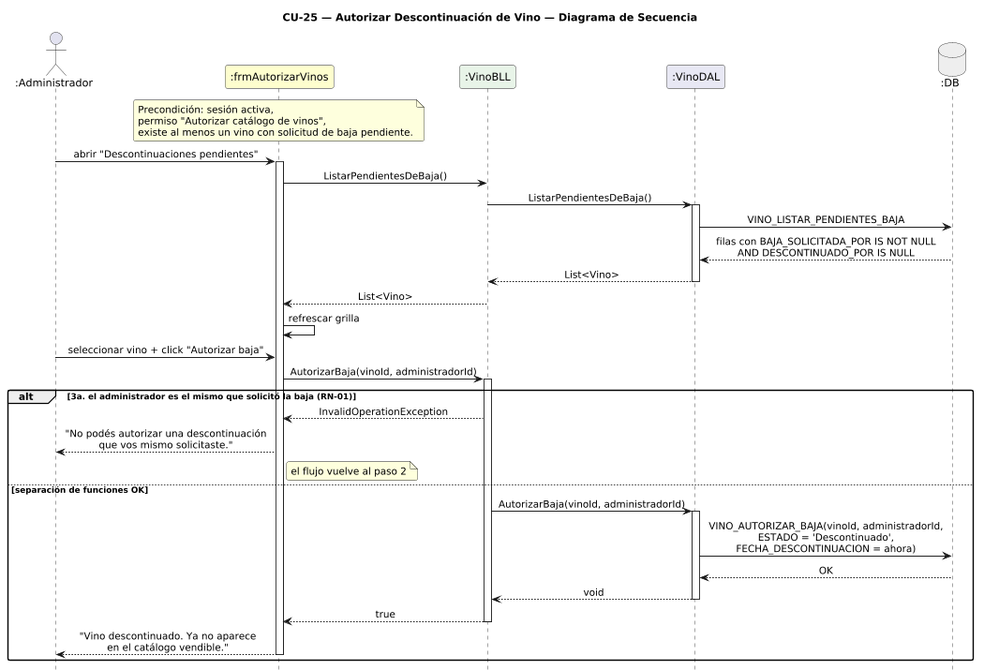
The PlantUML diagram DIAGRAMAS/DiagramaSecuencia_CU25_AutorizarDescontinuacion.png in Jesifu/club-de-vinos-td, before a commit.
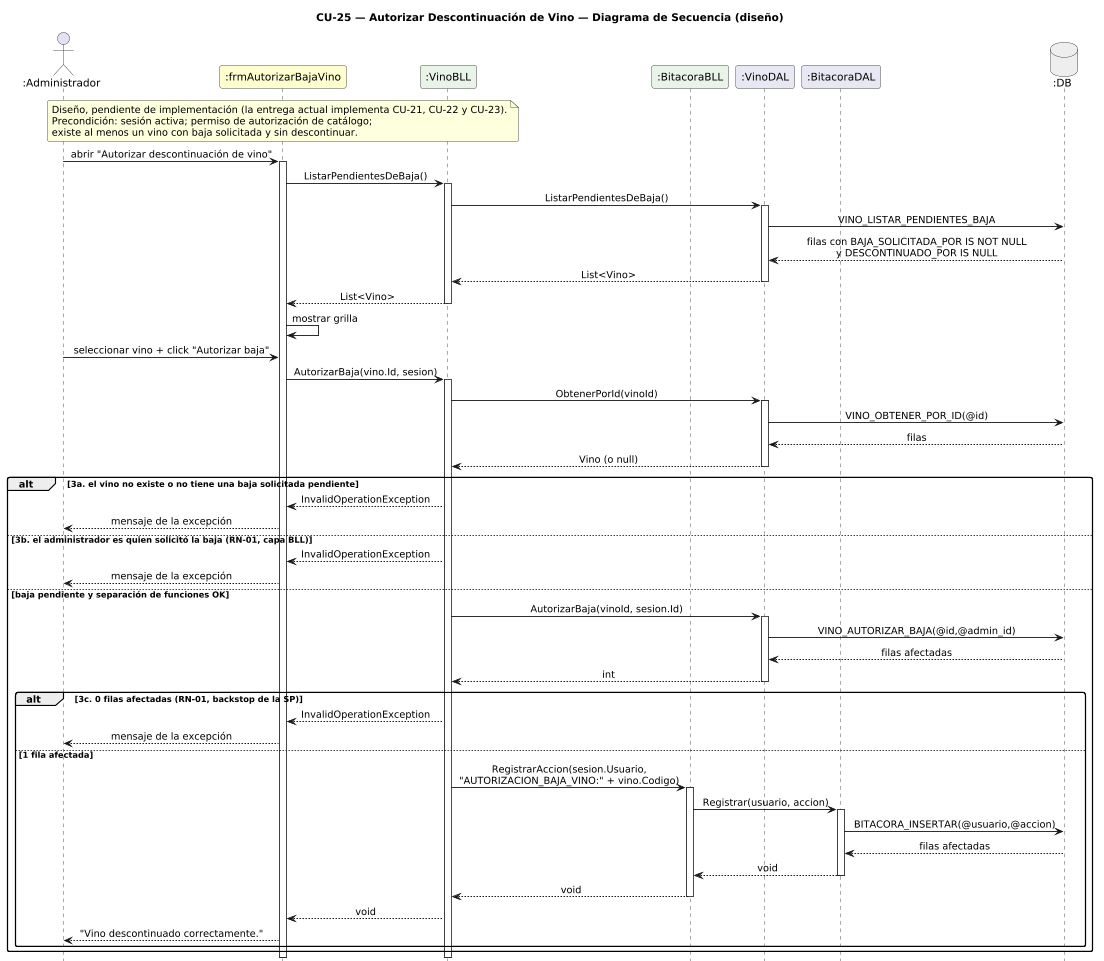
After the commit.

Diff of the diagram source:
```diff
@@ -1,57 +1,85 @@
 @startuml DiagramaSecuencia_CU25_AutorizarDescontinuacion
 
-title CU-25 — Autorizar Descontinuación de Vino — Diagrama de Secuencia
+title CU-25 — Autorizar Descontinuación de Vino — Diagrama de Secuencia (diseño)
 
 skinparam shadowing false
 skinparam roundcorner 6
 skinparam sequenceArrowThickness 1.2
 skinparam sequenceMessageAlign center
 hide footbox
-scale 0.8
+scale 0.75
 
-actor       ":Administrador"        as A
-participant ":frmAutorizarVinos"    as FA #FEFECE
-participant ":VinoBLL"              as VB #E8F4E8
-participant ":VinoDAL"              as VD #E8E8F4
-database    ":DB"                   as DB #EEEEEE
+actor       ":Administrador"           as A
+participant ":frmAutorizarBajaVino"    as FA #FEFECE
+participant ":VinoBLL"                 as VB #E8F4E8
+participant ":BitacoraBLL"             as BB #E8F4E8
+participant ":VinoDAL"                 as VD #E8E8F4
+participant ":BitacoraDAL"             as TD #E8E8F4
+database    ":DB"                      as DB #EEEEEE
 
 note over FA
-  Precondición: sesión activa,
-  permiso "Autorizar catálogo de vinos",
-  existe al menos un vino con solicitud de baja pendiente.
+  Diseño, pendiente de implementación (la entrega actual implementa CU-21, CU-22 y CU-23).
+  Precondición: sesión activa; permiso de autorización de catálogo;
+  existe al menos un vino con baja solicitada y sin descontinuar.
 end note
 
-A -> FA : abrir "Descontinuaciones pendientes"
+A -> FA : abrir "Autorizar descontinuación de vino"
 activate FA
 FA -> VB : ListarPendientesDeBaja()
+activate VB
 VB -> VD : ListarPendientesDeBaja()
 activate VD
 VD -> DB : VINO_LISTAR_PENDIENTES_BAJA
-DB --> VD : filas con BAJA_SOLICITADA_POR IS NOT NULL\nAND DESCONTINUADO_POR IS NULL
+DB --> VD : filas con BAJA_SOLICITADA_POR IS NOT NULL\ny DESCONTINUADO_POR IS NULL
 VD --> VB : List<Vino>
 deactivate VD
 VB --> FA : List<Vino>
-FA -> FA : refrescar grilla
+deactivate VB
+FA -> FA : mostrar grilla
 
 A -> FA : seleccionar vino + click "Autorizar baja"
-FA -> VB : AutorizarBaja(vinoId, administradorId)
+FA -> VB : AutorizarBaja(vino.Id, sesion)
 activate VB
+VB -> VD : ObtenerPorId(vinoId)
+activate VD
+VD -> DB : VINO_OBTENER_POR_ID(@id)
+DB --> VD : filas
+VD --> VB : Vino (o null)
+deactivate VD
 
-alt 3a. el administrador es el mismo que solicitó la baja (RN-01)
+alt 3a. el vino no existe o no tiene una baja solicitada pendiente
   VB --> FA : InvalidOperationException
-  FA --> A : "No podés autorizar una descontinuación\nque vos mismo solicitaste."
-  note right of FA : el flujo vuelve al paso 2
-else separación de funciones OK
-  VB -> VD : AutorizarBaja(vinoId, administradorId)
+  FA --> A : mensaje de la excepción
+else 3b. el administrador es quien solicitó la baja (RN-01, capa BLL)
+  VB --> FA : InvalidOperationException
+  FA --> A : mensaje de la excepción
+else baja pendiente y separación de funciones OK
+  VB -> VD : AutorizarBaja(vinoId, sesion.Id)
   activate VD
-  VD -> DB : VINO_AUTORIZAR_BAJA(vinoId, administradorId,\nESTADO = 'Descontinuado',\nFECHA_DESCONTINUACION = ahora)
-  DB --> VD : OK
-  VD --> VB : void
+  VD -> DB : VINO_AUTORIZAR_BAJA(@id,@admin_id)
+  DB --> VD : filas afectadas
+  VD --> VB : int
   deactivate VD
-  VB --> FA : true
-  deactivate VB
-  FA --> A : "Vino descontinuado. Ya no aparece\nen el catálogo vendible."
-  deactivate FA
+
+  alt 3c. 0 filas afectadas (RN-01, backstop de la SP)
+    VB --> FA : InvalidOperationException
+    FA --> A : mensaje de la excepción
+  else 1 fila afectada
+    VB -> BB : RegistrarAccion(sesion.Usuario,\n"AUTORIZACION_BAJA_VINO:" + vino.Codigo)
+    activate BB
+    BB -> TD : Registrar(usuario, accion)
+    activate TD
+    TD -> DB : BITACORA_INSERTAR(@usuario,@accion)
+    DB --> TD : filas afectadas
+    TD --> BB : void
+    deactivate TD
+    BB --> VB : void
+    deactivate BB
+    VB --> FA : void
+    FA --> A : "Vino descontinuado correctamente."
+  end
 end
+deactivate VB
+deactivate FA
 
 @enduml
```
